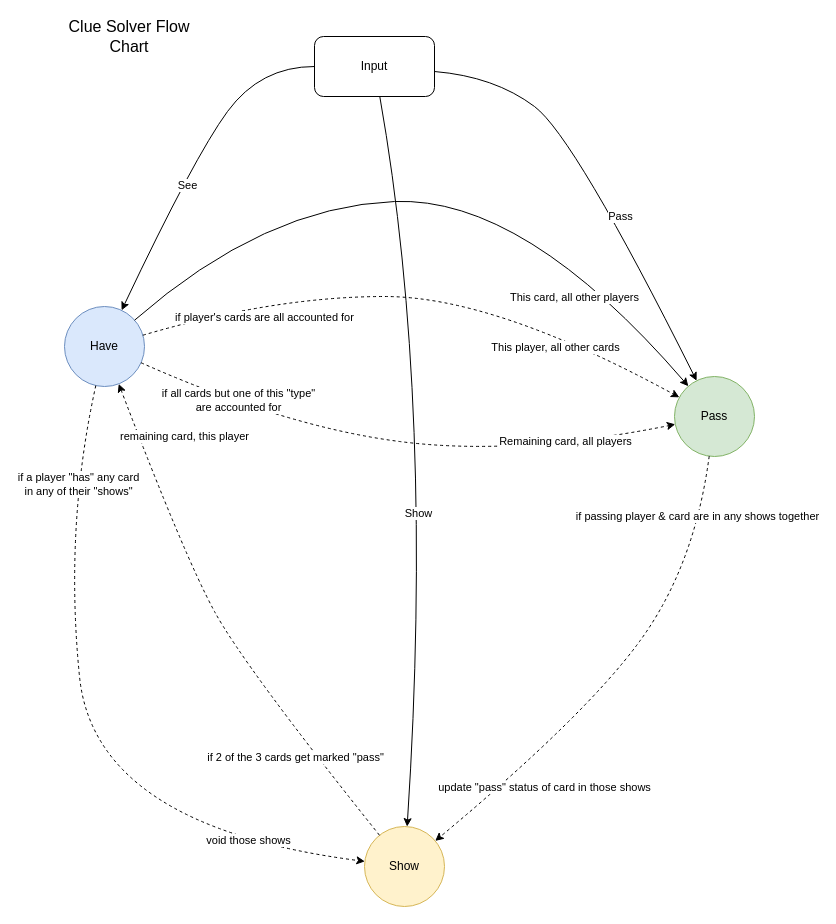
dabreese00/clue-solver keeps this draw.io diagram as doc/Clue Solver Flow Chart.drawio. Above is the earlier version. Source tidied: cells renumbered, new cells numbered last; positions are measured from the earlier drawing's top-left corner, leaving out a move shared by most shapes. Both pictures are drawn from the tidied source at 100%, with x=0, y=0 at pixel (54, 26).
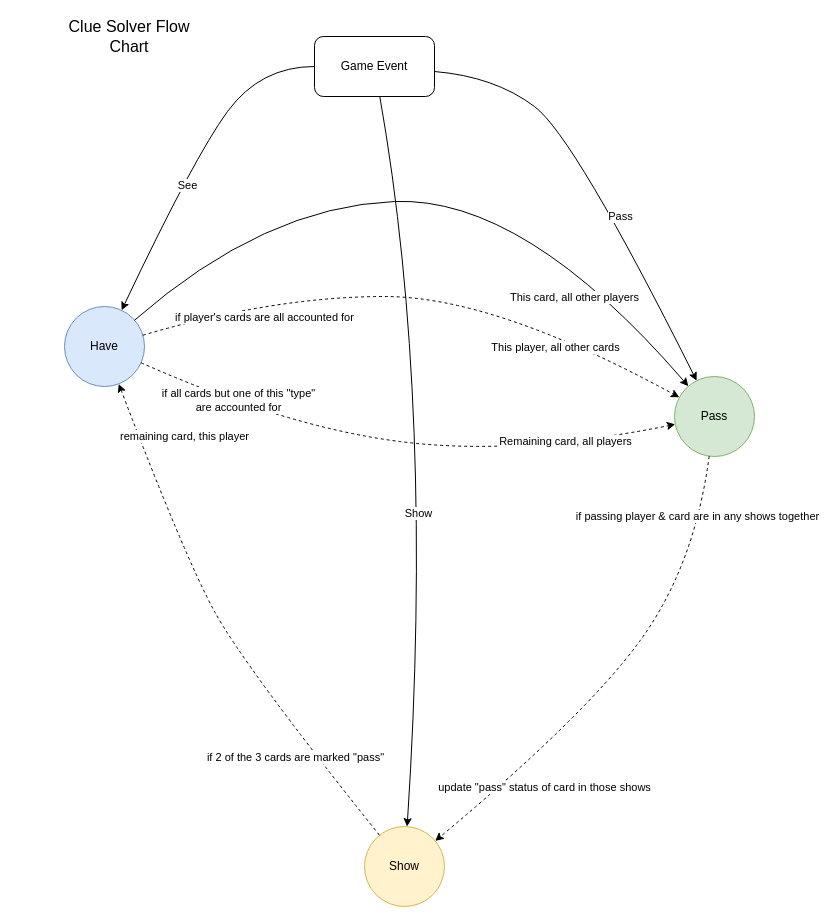
The same page after the edit.

Unchanged cells that the change refers to:
```xml
<mxCell id="2" value="Show" style="ellipse;whiteSpace=wrap;html=1;fillColor=#fff2cc;strokeColor=#d6b656;" parent="1" vertex="1">
  <mxGeometry x="310" y="800" width="80" height="80" as="geometry" />
</mxCell>
<mxCell id="3" value="Have" style="ellipse;whiteSpace=wrap;html=1;fillColor=#dae8fc;strokeColor=#6c8ebf;" parent="1" vertex="1">
  <mxGeometry x="10" y="280" width="80" height="80" as="geometry" />
</mxCell>
<mxCell id="17" style="curved=1;endArrow=classic;html=1;dashed=1;" parent="1" edge="1" source="2" target="3">
  <mxGeometry relative="1" as="geometry">
    <Array as="points">
      <mxPoint x="190" y="640" />
      <mxPoint x="130" y="530" />
    </Array>
  </mxGeometry>
</mxCell>
```

The edit, as a diff of the source:
```diff
@@
-    <mxCell id="5" value="Input" style="rounded=1;whiteSpace=wrap;html=1;" parent="1" vertex="1">
+    <mxCell id="5" value="Game Event" style="rounded=1;whiteSpace=wrap;html=1;" parent="1" vertex="1">
       <mxGeometry x="260" y="10" width="120" height="60" as="geometry" />
     </mxCell>
@@
-    <mxCell id="18" value="&lt;div&gt;if 2 of the 3 cards get marked &quot;pass&quot; &lt;br&gt;&lt;/div&gt;" style="edgeLabel;html=1;align=center;verticalAlign=middle;" parent="17" vertex="1">
+    <mxCell id="18" value="&lt;div&gt;if 2 of the 3 cards are marked &quot;pass&quot; &lt;br&gt;&lt;/div&gt;" style="edgeLabel;html=1;align=center;verticalAlign=middle;" parent="17" vertex="1">
       <mxGeometry x="-0.51" y="1" relative="1" as="geometry">
         <mxPoint x="-3" y="22.1" as="offset" />
       </mxGeometry>
     </mxCell>
@@
-    <mxCell id="23" style="curved=1;endArrow=classic;html=1;dashed=1;" parent="1" edge="1" source="3" target="2">
-      <mxGeometry relative="1" as="geometry">
-        <Array as="points">
-          <mxPoint x="10" y="500" />
-          <mxPoint x="40" y="800" />
-        </Array>
-      </mxGeometry>
-    </mxCell>
-    <mxCell id="24" value="&lt;div&gt;if a player &quot;has&quot; any card&lt;/div&gt;&lt;div&gt;in any of their &quot;shows&quot;&lt;br&gt;&lt;/div&gt;" style="edgeLabel;html=1;align=center;verticalAlign=middle;" parent="23" vertex="1">
-      <mxGeometry x="-0.72" y="4" relative="1" as="geometry">
-        <mxPoint y="-1" as="offset" />
-      </mxGeometry>
-    </mxCell>
-    <mxCell id="25" value="void those shows" style="edgeLabel;html=1;align=center;verticalAlign=middle;" parent="23" vertex="1">
-      <mxGeometry x="0.67" y="6" relative="1" as="geometry" />
-    </mxCell>
```
